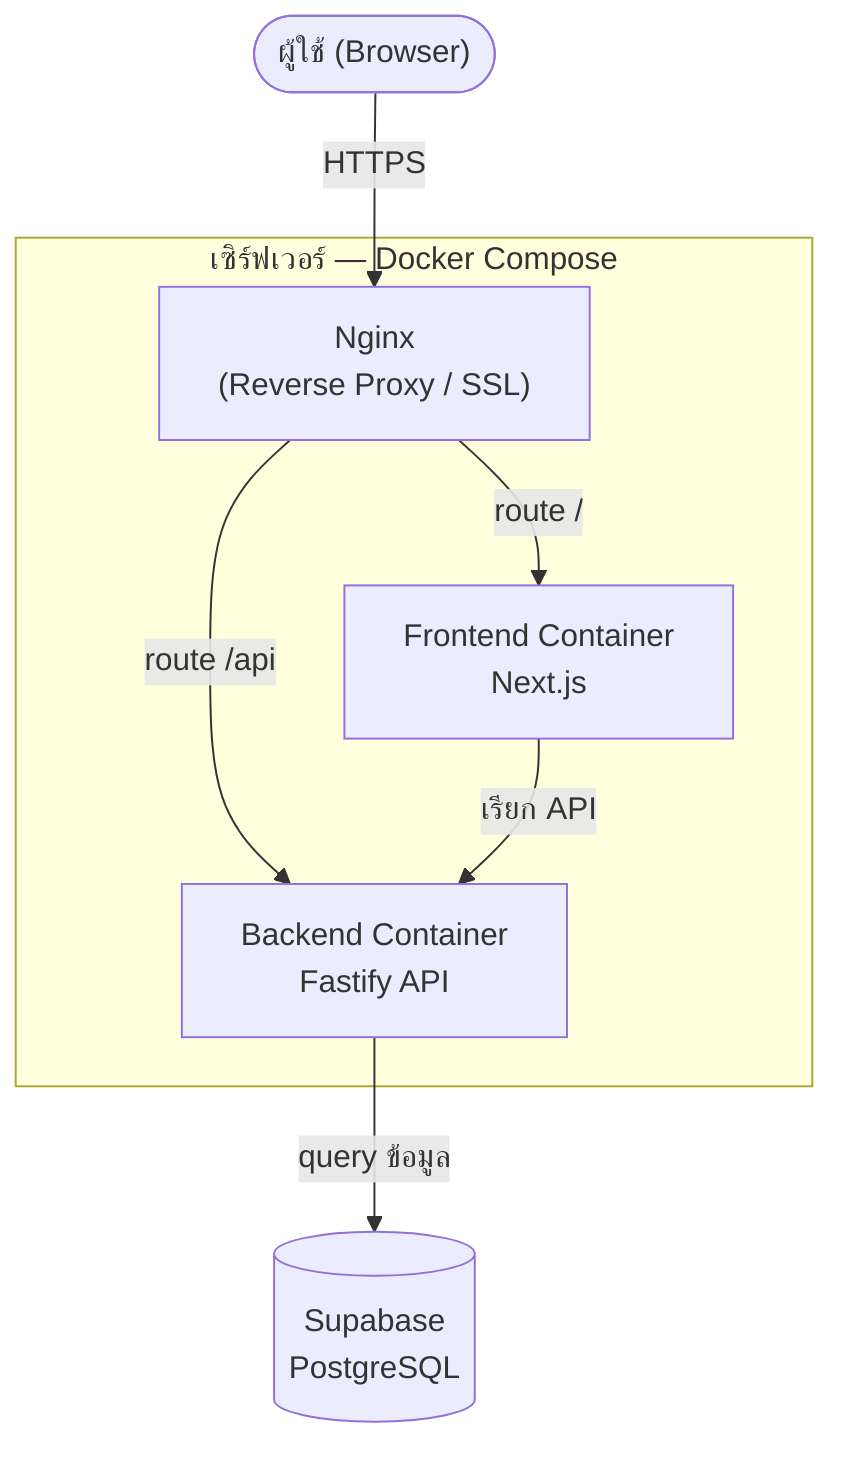
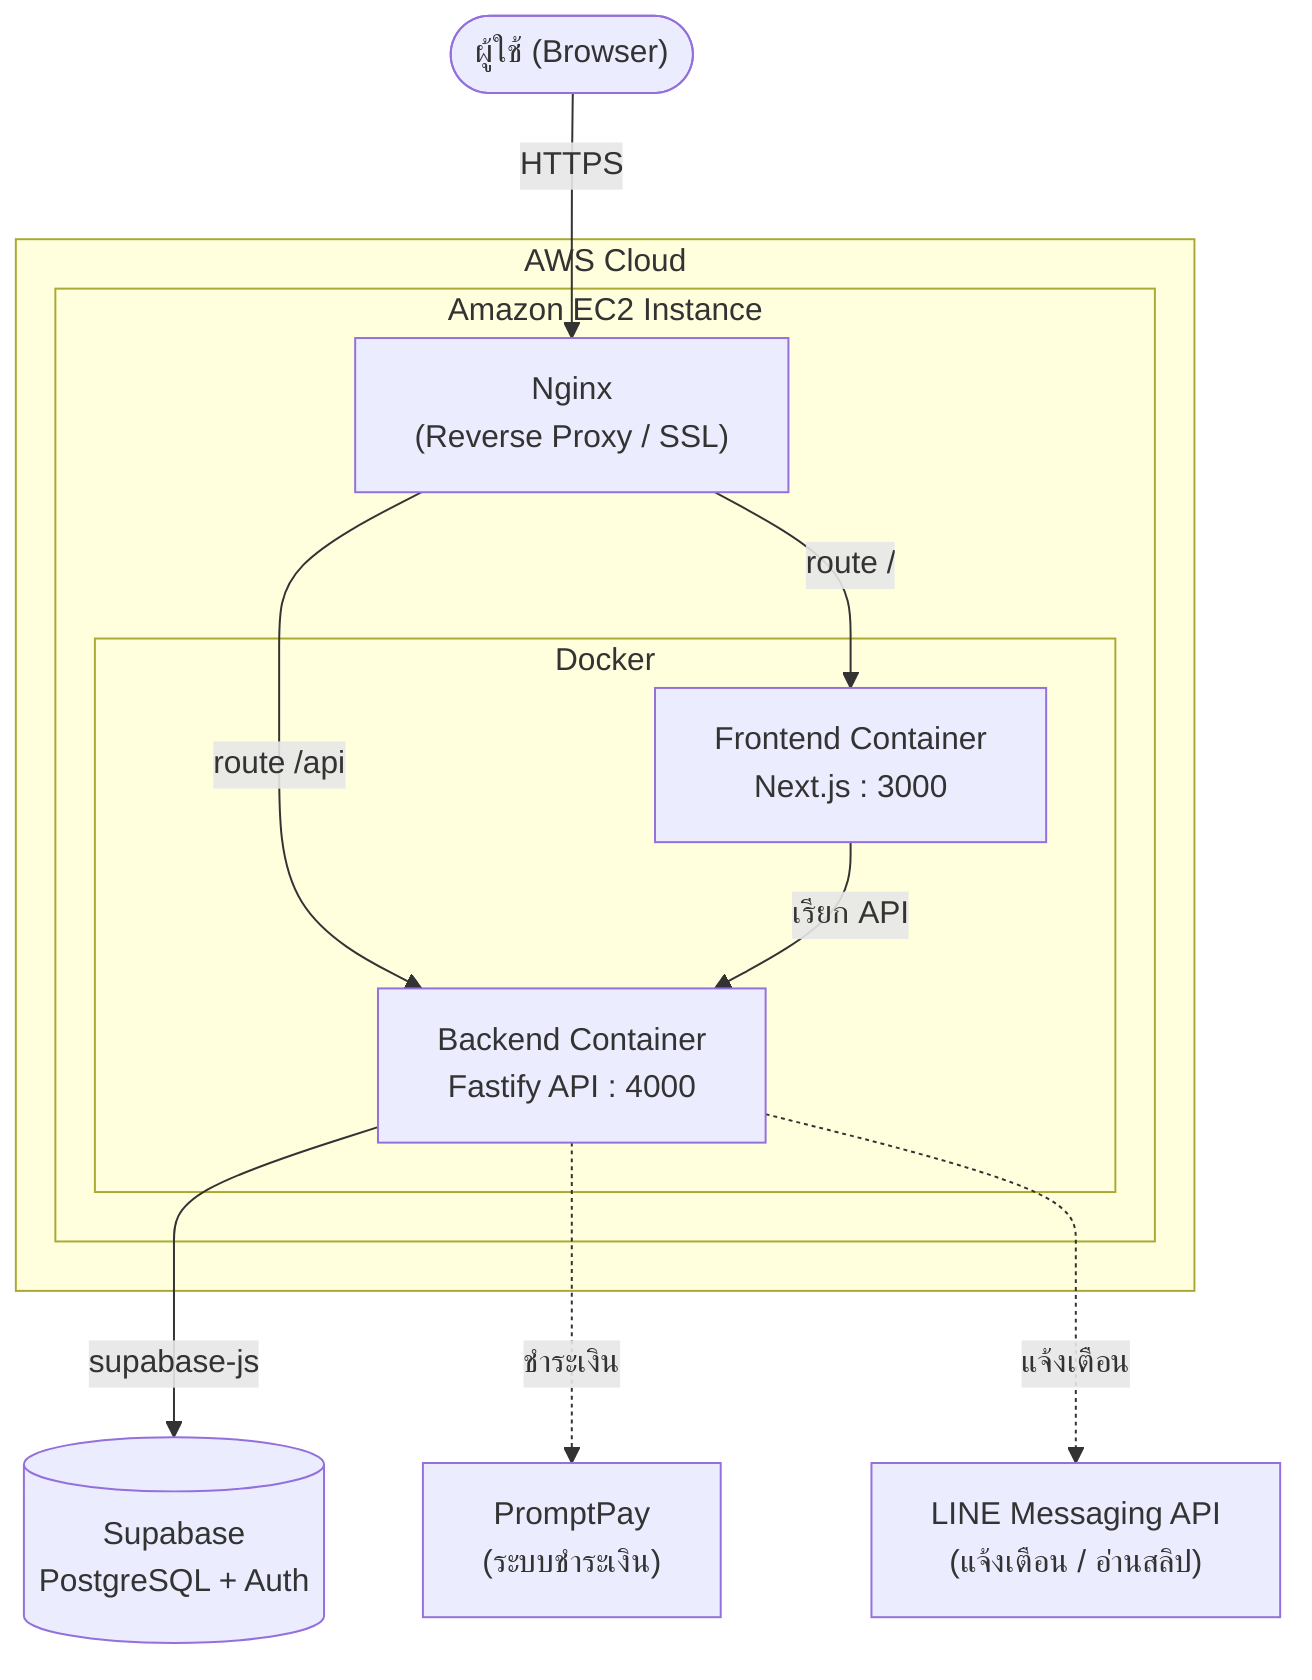
flowchart TB
    User(["ผู้ใช้ (Browser)"])
-     subgraph SERVER["เซิร์ฟเวอร์ — Docker Compose"]
-         Nginx["Nginx<br/>(Reverse Proxy / SSL)"]
-         FE["Frontend Container<br/>Next.js"]
-         BE["Backend Container<br/>Fastify API"]
+ 
+     subgraph AWS["AWS Cloud"]
+         subgraph EC2["Amazon EC2 Instance"]
+             Nginx["Nginx<br/>(Reverse Proxy / SSL)"]
+             subgraph DOCKER["Docker"]
+                 FE["Frontend Container<br/>Next.js : 3000"]
+                 BE["Backend Container<br/>Fastify API : 4000"]
+             end
+         end
    end
-     DB[("Supabase<br/>PostgreSQL")]
+ 
+     SB[("Supabase<br/>PostgreSQL + Auth")]
+     PP["PromptPay<br/>(ระบบชำระเงิน)"]
+     LINE["LINE Messaging API<br/>(แจ้งเตือน / อ่านสลิป)"]

    User -->|HTTPS| Nginx
    Nginx -->|route /| FE
    Nginx -->|route /api| BE
    FE -->|เรียก API| BE
-     BE -->|query ข้อมูล| DB
+     BE -->|supabase-js| SB
+     BE -.ชำระเงิน.-> PP
+     BE -.แจ้งเตือน.-> LINE
